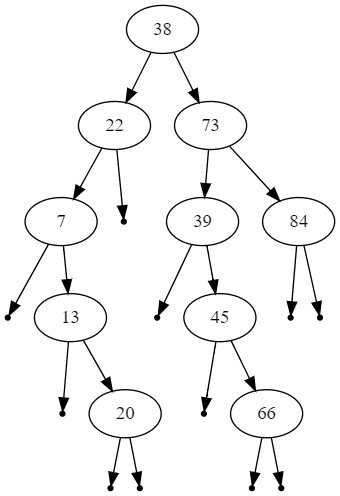
This is examples/10_no_balance.png from jnguyen1098/Tree-to-DOT, a Graphviz export, as it was before one commit. Its source is kept beside it as examples/10_no_balance.dot. Source of this version:
```dot
digraph G {
	graph [ordering="out"];
	"70" -> "53"
	"70" -> "74"
	"53" -> "16"
	"53" -> "59"
	"16" -> "12"
	"16" -> "39"
	null0 [shape="point"]
	"12" -> null0
	null1 [shape="point"]
	"12" -> null1
	"39" -> "36"
	"39" -> "52"
	"36" -> "23"
	null2 [shape="point"]
	"36" -> null2
	null3 [shape="point"]
	"23" -> null3
	null4 [shape="point"]
	"23" -> null4
	null5 [shape="point"]
	"52" -> null5
	null6 [shape="point"]
	"52" -> null6
	null7 [shape="point"]
	"59" -> null7
	null8 [shape="point"]
	"59" -> null8
	null9 [shape="point"]
	"74" -> null9
	null10 [shape="point"]
	"74" -> null10
}
```
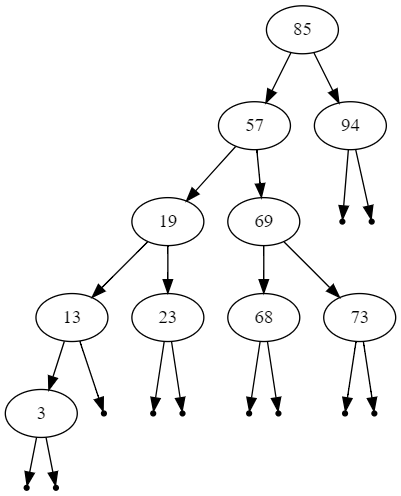
Above is the later version.

What changed in the source:
```diff
@@ -1,34 +1,34 @@
 digraph G {
 	graph [ordering="out"];
-	"70" -> "53"
-	"70" -> "74"
-	"53" -> "16"
-	"53" -> "59"
-	"16" -> "12"
-	"16" -> "39"
+	"85" -> "57"
+	"85" -> "94"
+	"57" -> "19"
+	"57" -> "69"
+	"19" -> "13"
+	"19" -> "23"
+	"13" -> "3"
 	null0 [shape="point"]
-	"12" -> null0
+	"13" -> null0
 	null1 [shape="point"]
-	"12" -> null1
-	"39" -> "36"
-	"39" -> "52"
-	"36" -> "23"
+	"3" -> null1
 	null2 [shape="point"]
-	"36" -> null2
+	"3" -> null2
 	null3 [shape="point"]
 	"23" -> null3
 	null4 [shape="point"]
 	"23" -> null4
+	"69" -> "68"
+	"69" -> "73"
 	null5 [shape="point"]
-	"52" -> null5
+	"68" -> null5
 	null6 [shape="point"]
-	"52" -> null6
+	"68" -> null6
 	null7 [shape="point"]
-	"59" -> null7
+	"73" -> null7
 	null8 [shape="point"]
-	"59" -> null8
+	"73" -> null8
 	null9 [shape="point"]
-	"74" -> null9
+	"94" -> null9
 	null10 [shape="point"]
-	"74" -> null10
+	"94" -> null10
 }
```
